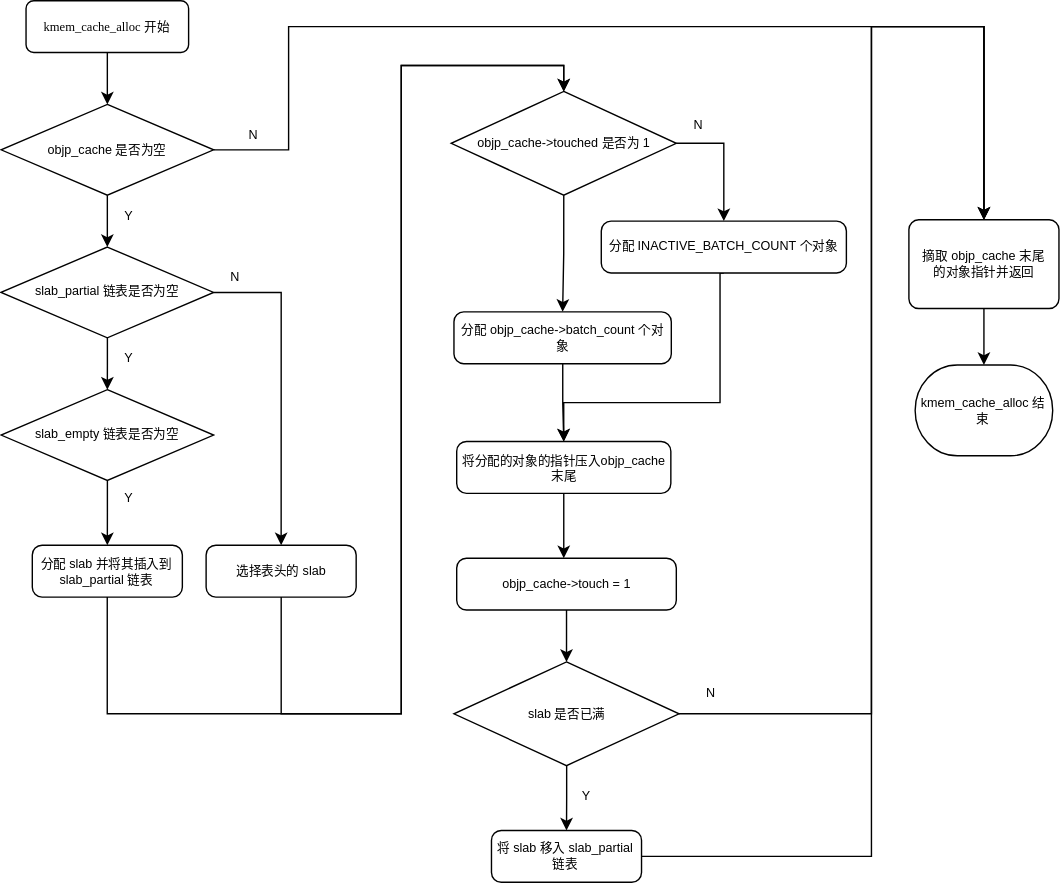
Before: images/alloc-obj-flow-chart.drawio.svg, a diagram exported from draw.io (kongjun18/thesis). Source tidied: cells renumbered, new cells last; positions are measured from the earlier drawing's top-left corner, leaving out a move shared by most shapes.
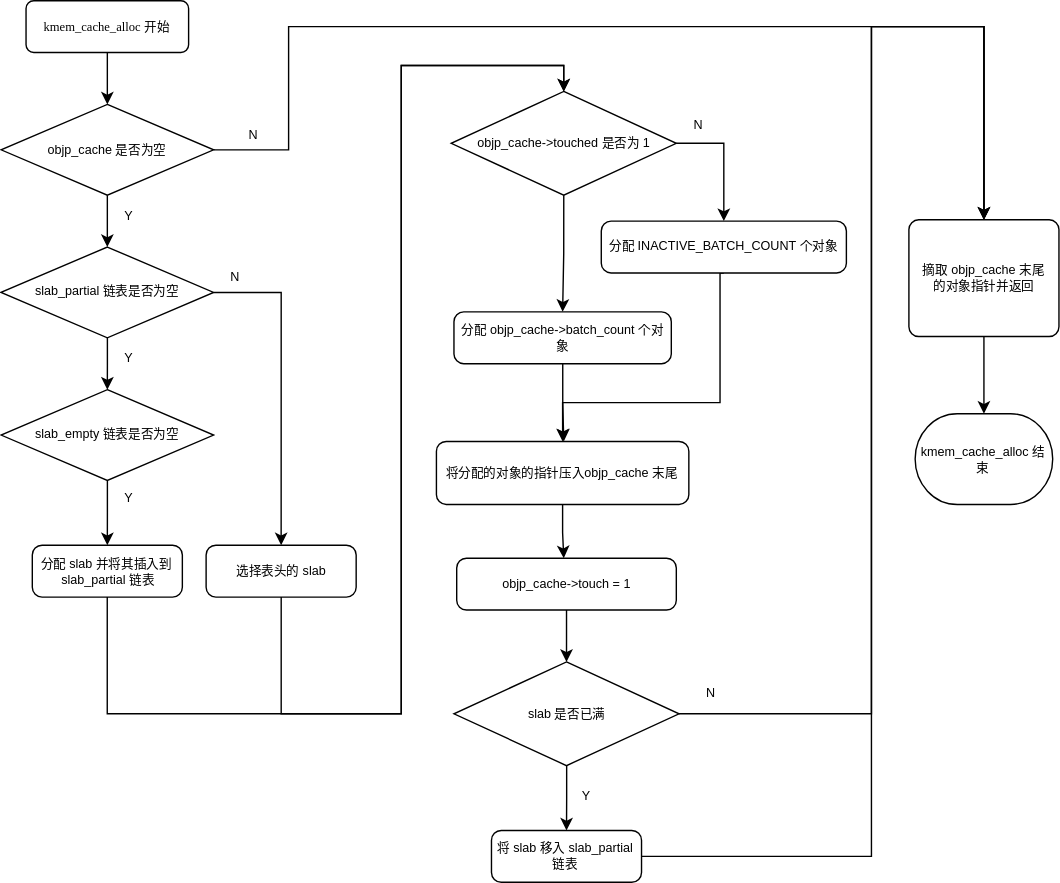
Later version of the same file.

What changed in the source:
```diff
@@ -20,7 +20,7 @@
       <mxGeometry x="76" y="143.6" width="30" height="20" as="geometry" />
     </mxCell>
     <mxCell id="7" value="摘取 objp_cache 末尾&lt;br style=&quot;font-size: 9px;&quot;&gt;的对象指针并返回" style="rounded=1;whiteSpace=wrap;html=1;absoluteArcSize=1;arcSize=14;strokeWidth=1;fontSize=9;" parent="1" vertex="1">
-      <mxGeometry x="648.8" y="156.6" width="107.2" height="63.4" as="geometry" />
+      <mxGeometry x="648.8" y="156.6" width="107.2" height="83.4" as="geometry" />
     </mxCell>
     <mxCell id="8" style="edgeStyle=orthogonalEdgeStyle;rounded=0;jettySize=auto;html=1;entryX=0.5;entryY=0;entryDx=0;entryDy=0;strokeWidth=1;fontSize=9;" parent="1" edge="1" source="4" target="7">
       <mxGeometry relative="1" as="geometry">
@@ -56,7 +56,7 @@
     <mxCell id="15" value="Y" style="text;html=1;align=center;verticalAlign=middle;strokeColor=none;fillColor=none;strokeWidth=1;fontSize=9;" parent="1" vertex="1">
       <mxGeometry x="76" y="345.6" width="30" height="20" as="geometry" />
     </mxCell>
-    <mxCell id="16" value="分配 slab 并将其插入到 slab_partial 链表" style="rounded=1;whiteSpace=wrap;html=1;absoluteArcSize=1;arcSize=14;strokeWidth=1;fontSize=9;" parent="1" vertex="1">
+    <mxCell id="16" value="分配 slab 并将其插入到&lt;br&gt;&amp;nbsp;slab_partial 链表" style="rounded=1;whiteSpace=wrap;html=1;absoluteArcSize=1;arcSize=14;strokeWidth=1;fontSize=9;" parent="1" vertex="1">
       <mxGeometry x="22.3" y="389.1" width="107.2" height="37.1" as="geometry" />
     </mxCell>
     <mxCell id="17" value="选择表头的 slab" style="rounded=1;whiteSpace=wrap;html=1;absoluteArcSize=1;arcSize=14;strokeWidth=1;fontSize=9;" parent="1" vertex="1">
@@ -112,7 +112,7 @@
       </mxGeometry>
     </mxCell>
     <mxCell id="27" value="将分配的对象的指针压入objp_cache 末尾" style="rounded=1;whiteSpace=wrap;html=1;absoluteArcSize=1;arcSize=14;strokeWidth=1;fontSize=9;" parent="1" vertex="1">
-      <mxGeometry x="325.6" y="315" width="153" height="37.1" as="geometry" />
+      <mxGeometry x="311.1" y="315" width="180.4" height="45" as="geometry" />
     </mxCell>
     <mxCell id="28" style="edgeStyle=orthogonalEdgeStyle;rounded=0;jettySize=auto;html=1;exitX=0.5;exitY=1;exitDx=0;exitDy=0;entryX=0.5;entryY=0;entryDx=0;entryDy=0;fontSize=9;" parent="1" edge="1" source="29" target="27">
       <mxGeometry relative="1" as="geometry">
@@ -135,7 +135,7 @@
       <mxGeometry x="165.3" y="86.2" width="30" height="20" as="geometry" />
     </mxCell>
     <mxCell id="33" value="kmem_cache_alloc 结束" style="strokeWidth=1;html=1;shape=mxgraph.flowchart.terminator;whiteSpace=wrap;fontSize=9;" parent="1" vertex="1">
-      <mxGeometry x="653.2" y="260.3" width="98.3" height="64.9" as="geometry" />
+      <mxGeometry x="653.2" y="295.1" width="98.3" height="64.9" as="geometry" />
     </mxCell>
     <mxCell id="34" style="edgeStyle=orthogonalEdgeStyle;rounded=0;jettySize=auto;html=1;exitX=0.5;exitY=1;exitDx=0;exitDy=0;entryX=0.5;entryY=0;entryDx=0;entryDy=0;entryPerimeter=0;strokeWidth=1;fontSize=9;" parent="1" edge="1" source="7" target="33">
       <mxGeometry relative="1" as="geometry" />
```
